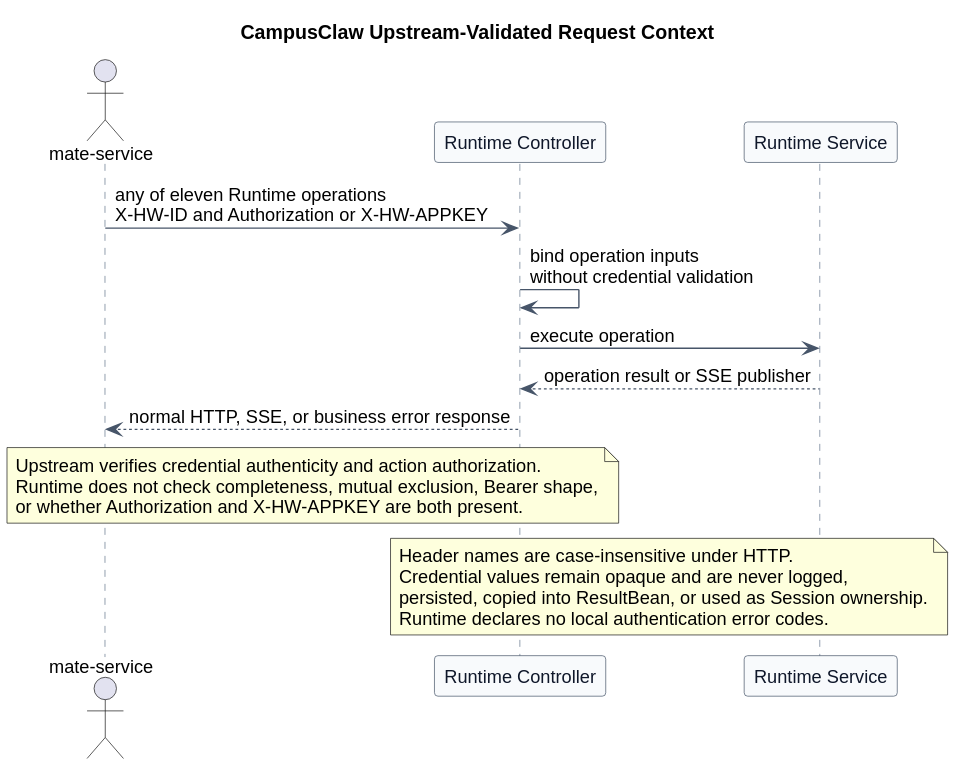
Before: pi-mono-java-manager-driven-multi-agent-runtime/diagrams/http-contract/http_dual_authentication.svg, a diagram exported from PlantUML (ssm0808/pi-mono-java-design).
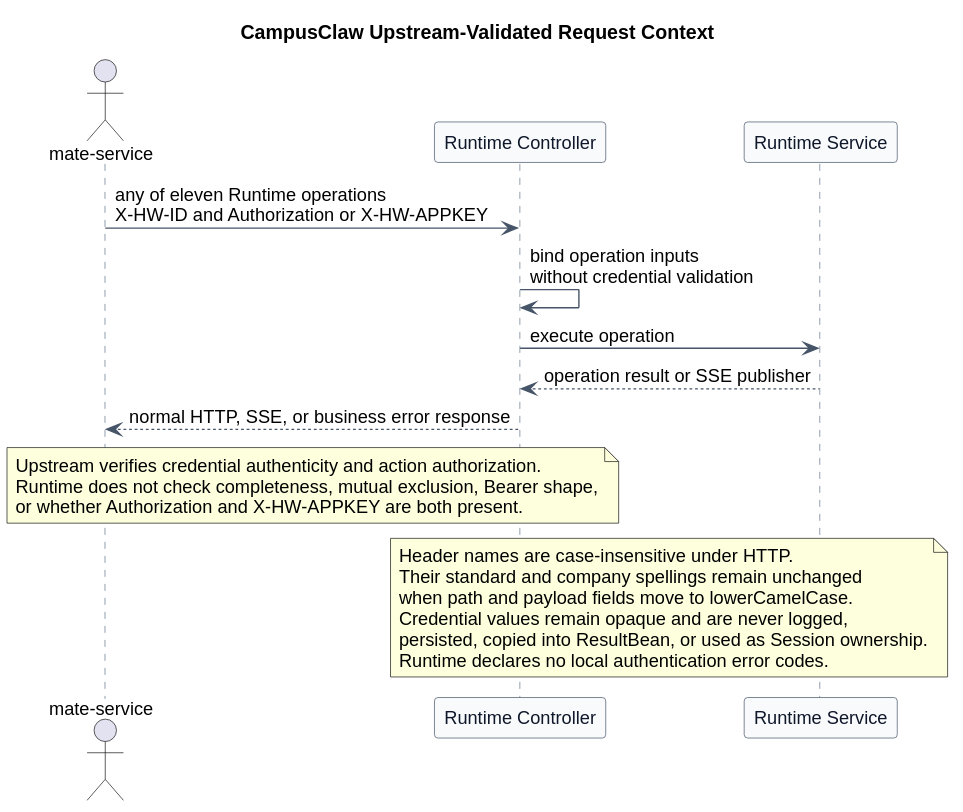
The same diagram one commit later.

The edit, as a diff of the source:
```diff
@@ -37,6 +37,8 @@
 
 note over Controller,Service
 Header names are case-insensitive under HTTP.
+Their standard and company spellings remain unchanged
+when path and payload fields move to lowerCamelCase.
 Credential values remain opaque and are never logged,
 persisted, copied into ResultBean, or used as Session ownership.
 Runtime declares no local authentication error codes.
```
